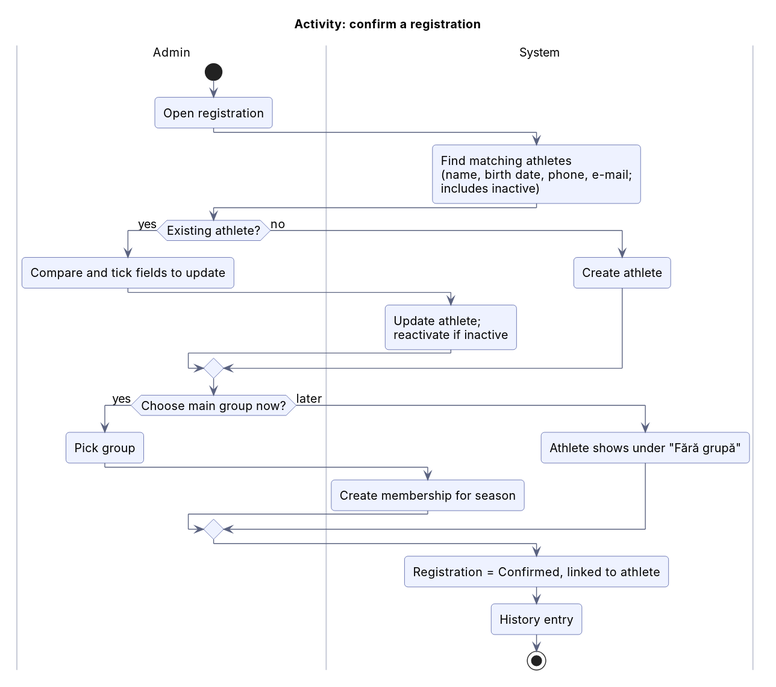
Above: docs/architecture/diagrams/05b-act-confirm.svg in codrin-postu/edusport_backend (PlantUML), before the change. Its diagram source:
```plantuml
@startuml
!include _style.iuml
skinparam linetype polyline
title Activity: confirm a registration
|Admin|
start
:Open registration;
|System|
:Find matching athletes\n(name, birth date, phone, e-mail;\nincludes inactive);
|Admin|
if (Existing athlete?) then (yes)
  :Compare and tick fields to update;
  |System|
  :Update athlete;\nreactivate if inactive;
else (no)
  |System|
  :Create athlete;
endif
|Admin|
if (Choose main group now?) then (yes)
  :Pick group;
  |System|
  :Create membership for season;
else (later)
  |System|
  :Athlete shows under "Fără grupă";
endif
|System|
:Registration = Confirmed, linked to athlete;
:History entry;
stop
@enduml
```
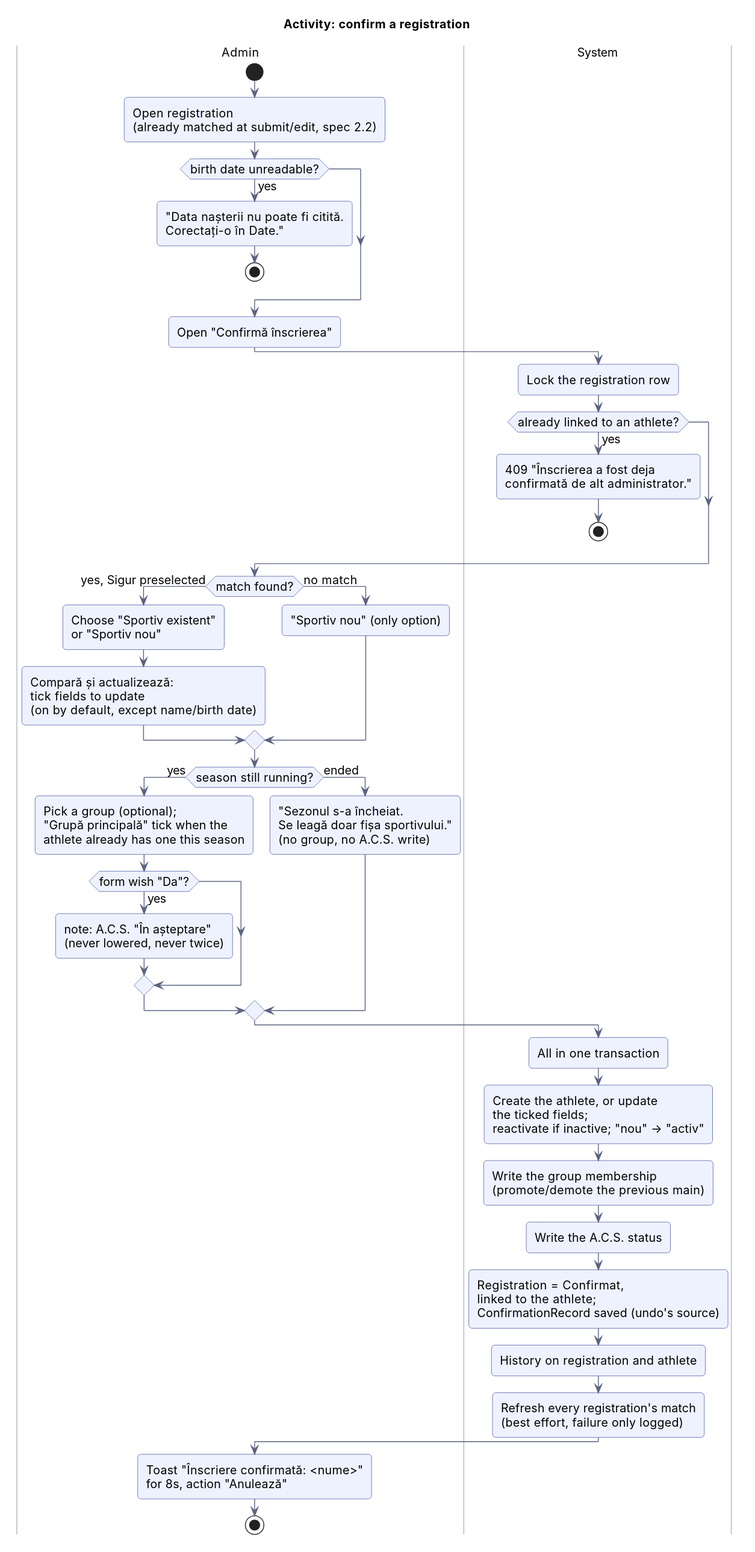
Above is the later version.

Change to the diagram source:
```diff
@@ -4,29 +4,42 @@
 title Activity: confirm a registration
 |Admin|
 start
-:Open registration;
+:Open registration\n(already matched at submit/edit, spec 2.2);
+if (birth date unreadable?) then (yes)
+  :"Data nașterii nu poate fi citită.\nCorectați-o în Date.";
+  stop
+endif
+:Open "Confirmă înscrierea";
 |System|
-:Find matching athletes\n(name, birth date, phone, e-mail;\nincludes inactive);
-|Admin|
-if (Existing athlete?) then (yes)
-  :Compare and tick fields to update;
-  |System|
-  :Update athlete;\nreactivate if inactive;
-else (no)
-  |System|
-  :Create athlete;
+:Lock the registration row;
+if (already linked to an athlete?) then (yes)
+  :409 "Înscrierea a fost deja\nconfirmată de alt administrator.";
+  stop
 endif
 |Admin|
-if (Choose main group now?) then (yes)
-  :Pick group;
-  |System|
-  :Create membership for season;
-else (later)
-  |System|
-  :Athlete shows under "Fără grupă";
+if (match found?) then (yes, Sigur preselected)
+  :Choose "Sportiv existent"\nor "Sportiv nou";
+  :Compară și actualizează:\ntick fields to update\n(on by default, except name/birth date);
+else (no match)
+  :"Sportiv nou" (only option);
+endif
+if (season still running?) then (yes)
+  :Pick a group (optional);\n"Grupă principală" tick when the\nathlete already has one this season;
+  if (form wish "Da"?) then (yes)
+    :note: A.C.S. "În așteptare"\n(never lowered, never twice);
+  endif
+else (ended)
+  :"Sezonul s-a încheiat.\nSe leagă doar fișa sportivului."\n(no group, no A.C.S. write);
 endif
 |System|
-:Registration = Confirmed, linked to athlete;
-:History entry;
+:All in one transaction;
+:Create the athlete, or update\nthe ticked fields;\nreactivate if inactive; "nou" -> "activ";
+:Write the group membership\n(promote/demote the previous main);
+:Write the A.C.S. status;
+:Registration = Confirmat,\nlinked to the athlete;\nConfirmationRecord saved (undo's source);
+:History on registration and athlete;
+:Refresh every registration's match\n(best effort, failure only logged);
+|Admin|
+:Toast "Înscriere confirmată: <nume>"\nfor 8s, action "Anulează";
 stop
 @enduml
```
